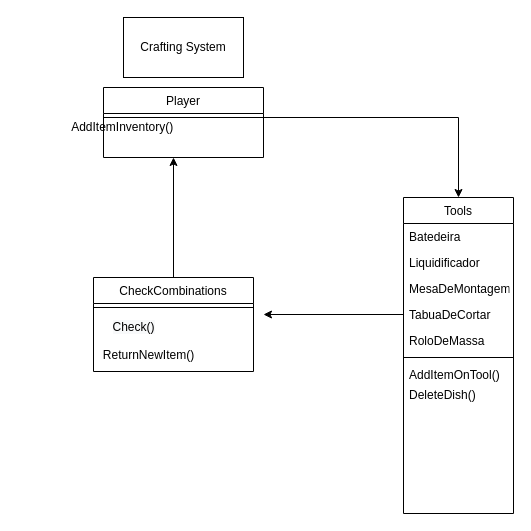
Above: cozinha da pesada diagrama.drawio in leoonn/Diagrama-de-classes (draw.io), before the change. Source tidied: cells renumbered, new cells numbered last; positions are measured from the earlier drawing's top-left corner, leaving out a move shared by most shapes. Both pictures are drawn from the tidied source at 100%, with x=0, y=0 at pixel (17, 17).
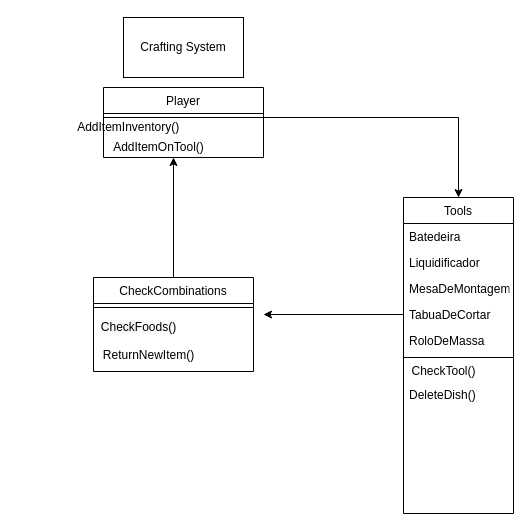
After the change.

Unchanged cells that the change refers to:
```xml
<mxCell id="5" value="Tools&#10;" style="swimlane;fontStyle=0;align=center;verticalAlign=top;horizontal=1;startSize=26;rounded=0;shadow=0;strokeWidth=1;" parent="1" vertex="1">
  <mxGeometry x="386" y="180" width="110" height="316" as="geometry" />
</mxCell>
```

The edit, as a diff of the source:
```diff
@@
-    <mxCell id="12" value="AddItemOnTool()" style="text;align=left;verticalAlign=top;spacingLeft=4;spacingRight=4;overflow=hidden;" parent="5" vertex="1">
-      <mxGeometry y="164" width="110" height="76" as="geometry" />
-    </mxCell>
-    <mxCell id="13" value="&#10;&#10;&lt;span style=&quot;color: rgb(0, 0, 0); font-family: helvetica; font-size: 12px; font-style: normal; font-weight: 400; letter-spacing: normal; text-align: center; text-indent: 0px; text-transform: none; word-spacing: 0px; background-color: rgb(248, 249, 250); display: inline; float: none;&quot;&gt;Check()&lt;/span&gt;&#10;&#10;" style="text;html=1;align=center;verticalAlign=middle;strokeColor=none;" parent="1" vertex="1">
-      <mxGeometry x="86" y="280" width="60" height="60" as="geometry" />
+    <mxCell id="13" value="&lt;br&gt;&lt;br&gt;&lt;span style=&quot;color: rgb(0 , 0 , 0) ; font-family: &amp;#34;helvetica&amp;#34; ; font-size: 12px ; font-style: normal ; font-weight: 400 ; letter-spacing: normal ; text-align: center ; text-indent: 0px ; text-transform: none ; word-spacing: 0px ; background-color: rgb(248 , 249 , 250) ; display: inline ; float: none&quot;&gt;CheckFoods()&lt;/span&gt;&lt;br&gt;" style="text;html=1;align=center;verticalAlign=middle;strokeColor=none;" parent="1" vertex="1">
+      <mxGeometry x="76" y="270" width="90" height="50" as="geometry" />
     </mxCell>
@@
     <mxCell id="18" value="&lt;span style=&quot;white-space: pre&quot;&gt; &lt;/span&gt;&lt;span style=&quot;white-space: pre&quot;&gt; &lt;/span&gt;&lt;span style=&quot;white-space: pre&quot;&gt; &lt;/span&gt;AddItemInventory()" style="text;html=1;align=center;verticalAlign=middle;strokeColor=none;" parent="1" vertex="1">
-      <mxGeometry y="100" width="200" height="20" as="geometry" />
+      <mxGeometry x="6" y="100" width="200" height="20" as="geometry" />
     </mxCell>
@@
+    <mxCell id="12" value="&lt;span style=&quot;text-align: left&quot;&gt;AddItemOnTool()&lt;/span&gt;" style="text;html=1;align=center;verticalAlign=middle;strokeColor=none;" parent="1" vertex="1">
+      <mxGeometry x="86" y="120" width="110" height="20" as="geometry" />
+    </mxCell>
+    <mxCell id="22" value="CheckTool()" style="text;html=1;align=center;verticalAlign=middle;strokeColor=none;" parent="1" vertex="1">
+      <mxGeometry x="386" y="344" width="80" height="20" as="geometry" />
+    </mxCell>
```
